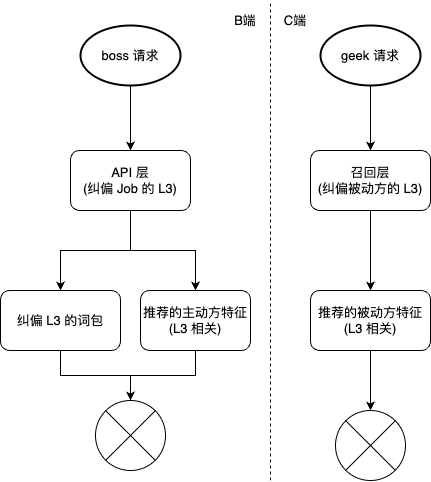
The draw.io diagram work-draw-file/职类纠偏应用.png in liujunao/draw-data, before a commit. Source tidied: cells renumbered, new cells last; positions are measured from the earlier drawing's top-left corner, leaving out a move shared by most shapes.
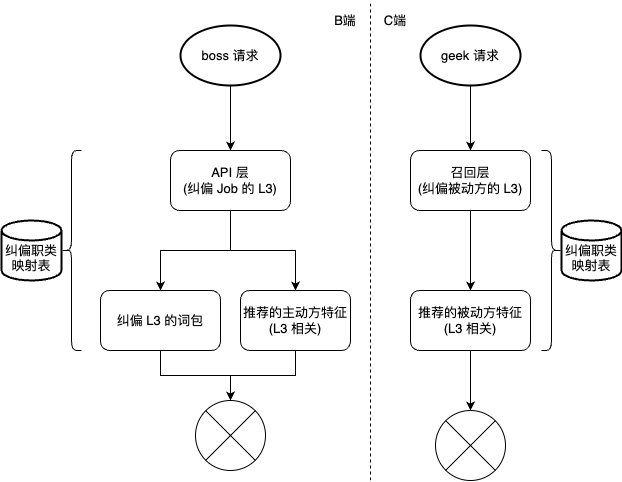
After the commit.

Commit message:
更新职类纠偏应用.png

What changed in the source:
```diff
@@ -65,5 +65,17 @@
     <mxCell id="21" value="C端" style="text;html=1;strokeColor=none;fillColor=none;align=center;verticalAlign=middle;whiteSpace=wrap;rounded=0;" parent="1" vertex="1">
       <mxGeometry x="280" y="10" width="30" height="20" as="geometry" />
     </mxCell>
+    <mxCell id="22" value="&lt;br&gt;纠偏职类映射表" style="strokeWidth=2;html=1;shape=mxgraph.flowchart.database;whiteSpace=wrap;" parent="1" vertex="1">
+      <mxGeometry x="-99" y="220" width="60" height="60" as="geometry" />
+    </mxCell>
+    <mxCell id="23" style="shape=curlyBracket;whiteSpace=wrap;html=1;rounded=1;labelPosition=left;verticalLabelPosition=middle;align=right;verticalAlign=middle;" parent="1" vertex="1">
+      <mxGeometry x="-39" y="150" width="20" height="200" as="geometry" />
+    </mxCell>
+    <mxCell id="24" value="&lt;br&gt;纠偏职类映射表" style="strokeWidth=2;html=1;shape=mxgraph.flowchart.database;whiteSpace=wrap;" parent="1" vertex="1">
+      <mxGeometry x="461" y="220" width="60" height="60" as="geometry" />
+    </mxCell>
+    <mxCell id="25" style="shape=curlyBracket;whiteSpace=wrap;html=1;rounded=1;flipH=1;labelPosition=right;verticalLabelPosition=middle;align=left;verticalAlign=middle;" parent="1" vertex="1">
+      <mxGeometry x="441" y="150" width="20" height="200" as="geometry" />
+    </mxCell>
   </root>
 </mxGraphModel>
```
